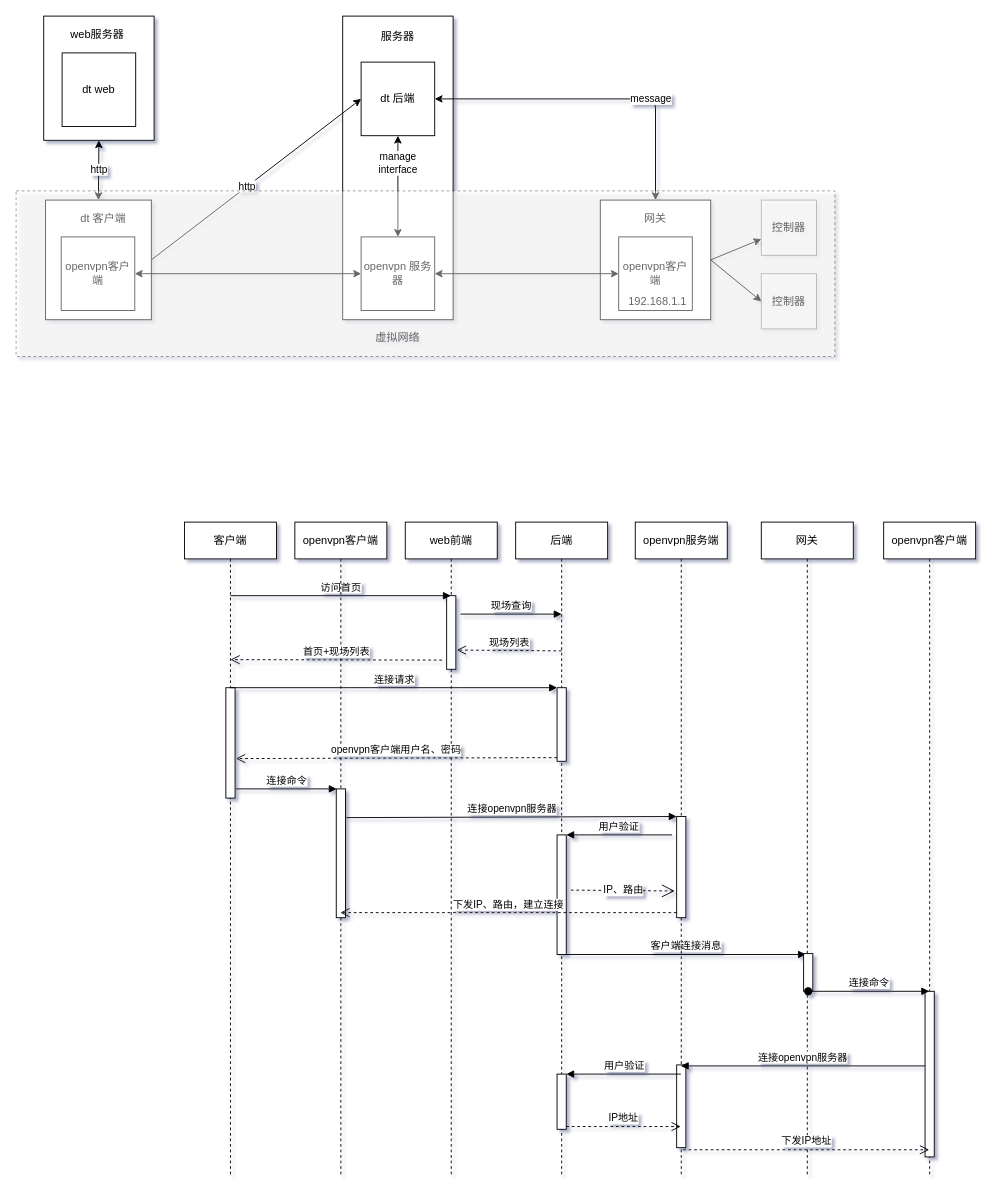
Above: dt.drawio in huhailong147/Test (draw.io), before the change. Source tidied: cells renumbered, new cells numbered last; positions are measured from the earlier drawing's top-left corner, leaving out a move shared by most shapes. Both pictures are drawn from the tidied source at 92%, with x=0, y=0 at pixel (16, 16).
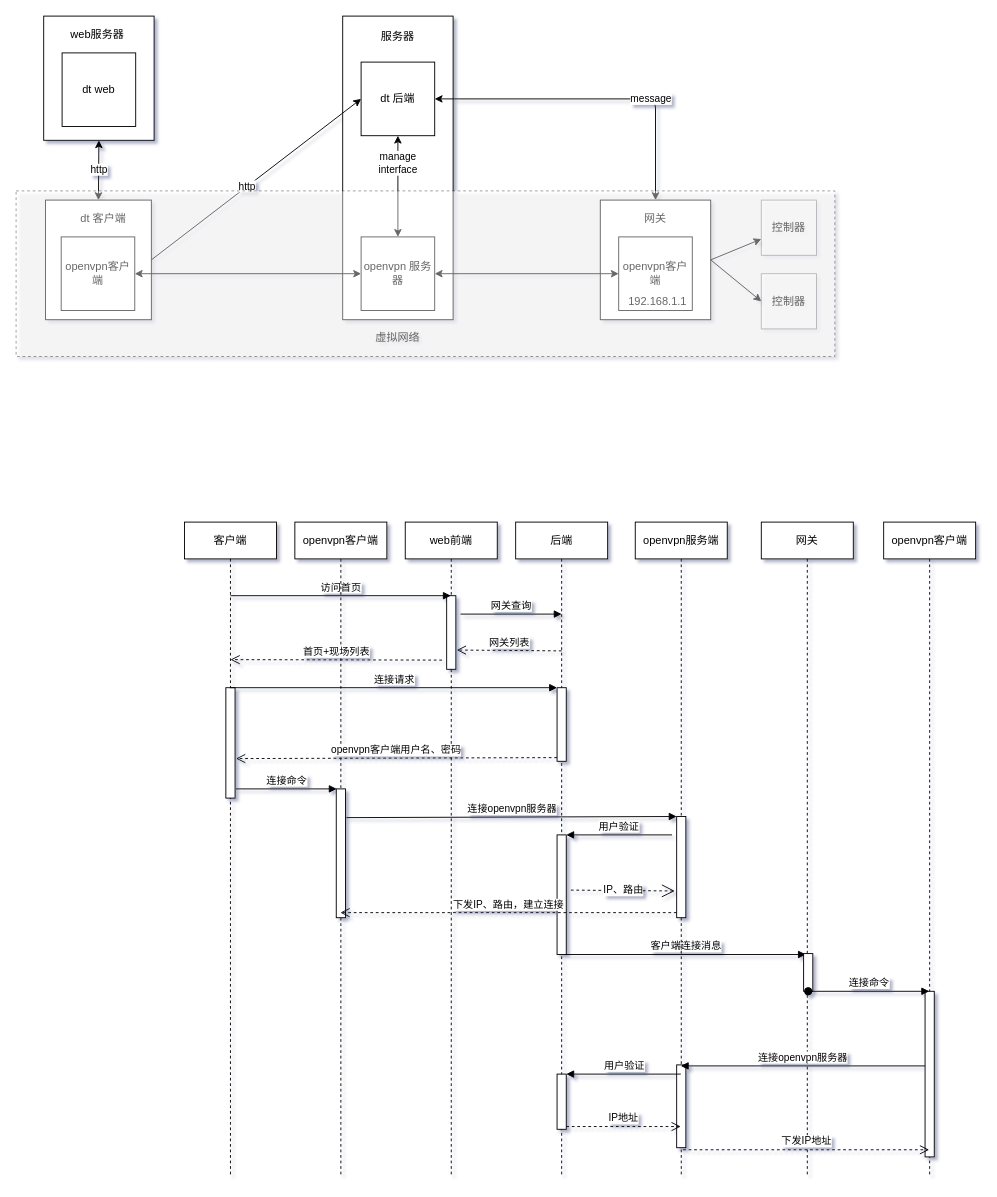
Above is the later version.

The change refers to these unchanged cells:
```xml
<mxCell id="28" value="web前端" style="shape=umlLifeline;perimeter=lifelinePerimeter;whiteSpace=wrap;html=1;outlineConnect=0;" parent="1" vertex="1">
  <mxGeometry x="423" y="550" width="100" height="710" as="geometry" />
</mxCell>
<mxCell id="29" style="html=1;points=[];perimeter=orthogonalPerimeter;" parent="28" vertex="1">
  <mxGeometry x="45" y="80" width="10" height="80" as="geometry" />
</mxCell>
```

Change to the diagram source:
```diff
@@
-    <mxCell id="30" value="现场列表" style="html=1;verticalAlign=bottom;endArrow=open;dashed=1;endSize=8;entryX=1.1;entryY=0.738;entryDx=0;entryDy=0;entryPerimeter=0;" parent="28" edge="1" target="29">
+    <mxCell id="30" value="网关列表" style="html=1;verticalAlign=bottom;endArrow=open;dashed=1;endSize=8;entryX=1.1;entryY=0.738;entryDx=0;entryDy=0;entryPerimeter=0;" parent="28" edge="1" target="29">
       <mxGeometry relative="1" as="geometry">
         <mxPoint x="170" y="140" as="sourcePoint" />
       </mxGeometry>
     </mxCell>
@@
-    <mxCell id="49" value="现场查询" style="html=1;verticalAlign=bottom;endArrow=block;" parent="1" edge="1">
+    <mxCell id="49" value="网关查询" style="html=1;verticalAlign=bottom;endArrow=block;" parent="1" edge="1">
       <mxGeometry relative="1" as="geometry">
         <mxPoint x="483" y="650" as="sourcePoint" />
         <mxPoint x="593" y="650" as="targetPoint" />
       </mxGeometry>
     </mxCell>
```
